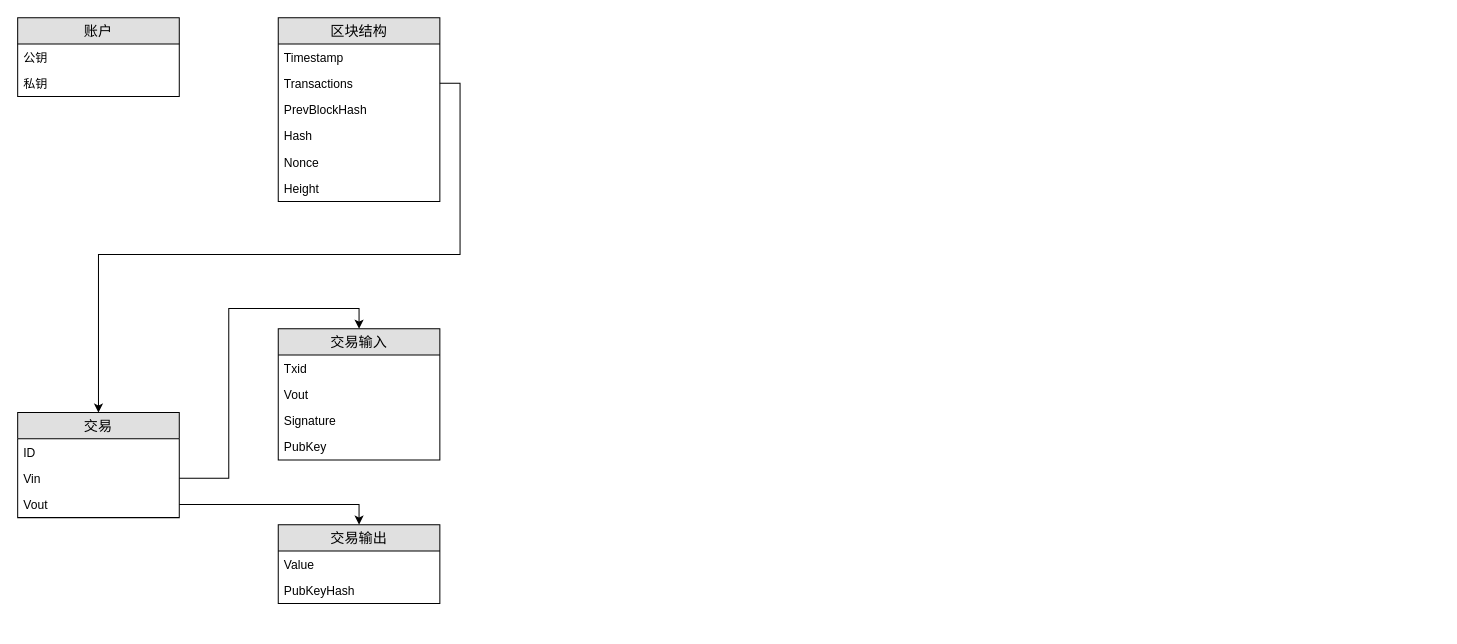
This is 区块设计.drawio from yiuked/diagram, a draw.io file, before an edit. Source tidied: cells renumbered, new cells numbered last; positions are measured from the earlier drawing's top-left corner, leaving out a move shared by most shapes. Both pictures are drawn from the tidied source at 101%, with x=0, y=0 at pixel (17, 17).
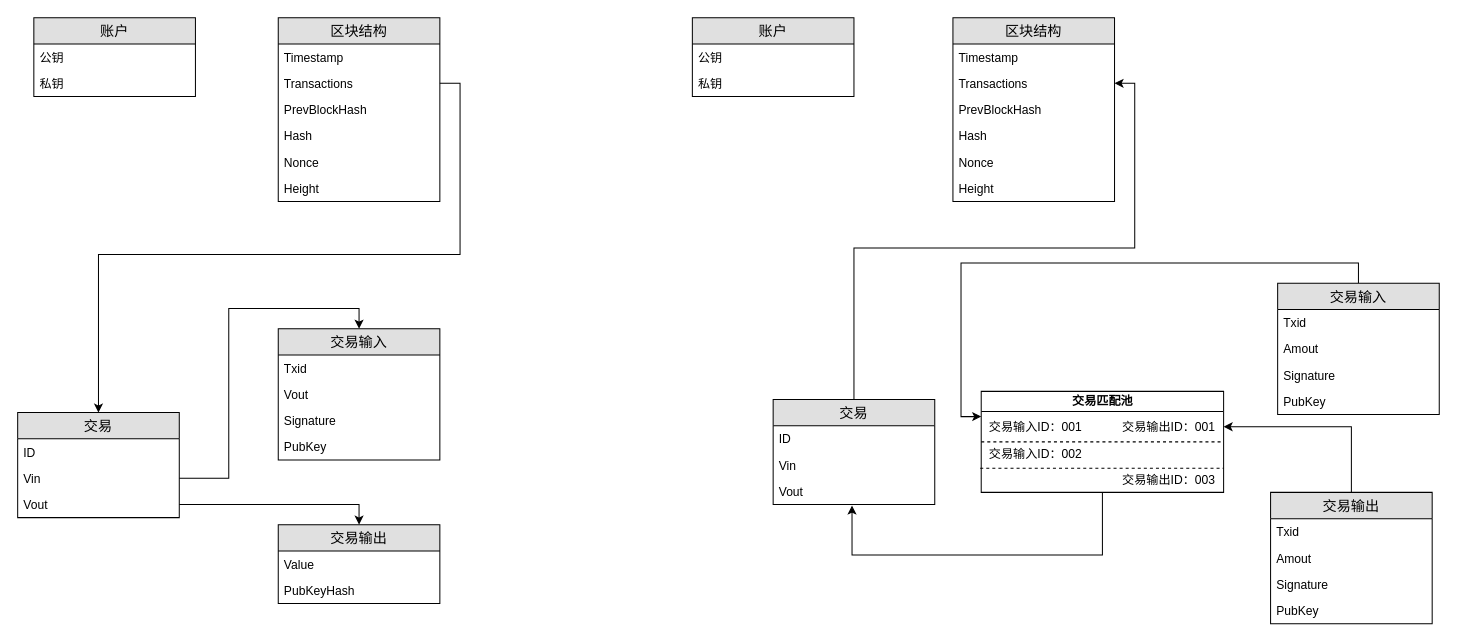
The same page after the edit.

Commit message:
更新区块设计.drawio

What changed in the source:
```diff
@@
     <mxCell id="9" value="账户" style="swimlane;fontStyle=0;horizontal=1;startSize=26;fillColor=#e0e0e0;swimlaneFillColor=#ffffff;align=center;fontSize=14;" parent="1" vertex="1">
-      <mxGeometry width="160" height="78" as="geometry" />
+      <mxGeometry x="16" width="160" height="78" as="geometry" />
     </mxCell>
@@
+    <mxCell id="27" value="区块结构" style="swimlane;fontStyle=0;horizontal=1;startSize=26;fillColor=#e0e0e0;swimlaneFillColor=#ffffff;align=center;fontSize=14;" parent="1" vertex="1">
+      <mxGeometry x="926" width="160" height="182" as="geometry" />
+    </mxCell>
+    <mxCell id="28" value="Timestamp" style="text;strokeColor=none;fillColor=none;spacingLeft=4;spacingRight=4;overflow=hidden;fontSize=12;" parent="27" vertex="1">
+      <mxGeometry y="26" width="160" height="26" as="geometry" />
+    </mxCell>
+    <mxCell id="29" value="Transactions" style="text;strokeColor=none;fillColor=none;spacingLeft=4;spacingRight=4;overflow=hidden;points=[[0,0.5],[1,0.5]];portConstraint=eastwest;fontSize=12;" parent="27" vertex="1">
+      <mxGeometry y="52" width="160" height="26" as="geometry" />
+    </mxCell>
+    <mxCell id="30" value="PrevBlockHash" style="text;strokeColor=none;fillColor=none;spacingLeft=4;spacingRight=4;overflow=hidden;fontSize=12;" parent="27" vertex="1">
+      <mxGeometry y="78" width="160" height="26" as="geometry" />
+    </mxCell>
+    <mxCell id="31" value="Hash" style="text;strokeColor=none;fillColor=none;spacingLeft=4;spacingRight=4;overflow=hidden;fontSize=12;" parent="27" vertex="1">
+      <mxGeometry y="104" width="160" height="26" as="geometry" />
+    </mxCell>
+    <mxCell id="32" value="Nonce" style="text;strokeColor=none;fillColor=none;spacingLeft=4;spacingRight=4;overflow=hidden;fontSize=12;" parent="27" vertex="1">
+      <mxGeometry y="130" width="160" height="26" as="geometry" />
+    </mxCell>
+    <mxCell id="33" value="Height" style="text;strokeColor=none;fillColor=none;spacingLeft=4;spacingRight=4;overflow=hidden;fontSize=12;" parent="27" vertex="1">
+      <mxGeometry y="156" width="160" height="26" as="geometry" />
+    </mxCell>
+    <mxCell id="34" value="账户" style="swimlane;fontStyle=0;horizontal=1;startSize=26;fillColor=#e0e0e0;swimlaneFillColor=#ffffff;align=center;fontSize=14;" parent="1" vertex="1">
+      <mxGeometry x="668" width="160" height="78" as="geometry" />
+    </mxCell>
+    <mxCell id="35" value="公钥" style="text;strokeColor=none;fillColor=none;spacingLeft=4;spacingRight=4;overflow=hidden;fontSize=12;" parent="34" vertex="1">
+      <mxGeometry y="26" width="160" height="26" as="geometry" />
+    </mxCell>
+    <mxCell id="36" value="私钥" style="text;strokeColor=none;fillColor=none;spacingLeft=4;spacingRight=4;overflow=hidden;fontSize=12;" parent="34" vertex="1">
+      <mxGeometry y="52" width="160" height="26" as="geometry" />
+    </mxCell>
+    <mxCell id="37" style="edgeStyle=orthogonalEdgeStyle;rounded=0;jettySize=auto;html=1;exitX=0.5;exitY=0;exitDx=0;exitDy=0;entryX=1;entryY=0.5;entryDx=0;entryDy=0;startArrow=none;startFill=0;" parent="1" edge="1" source="38" target="29">
+      <mxGeometry relative="1" as="geometry" />
+    </mxCell>
+    <mxCell id="38" value="交易" style="swimlane;fontStyle=0;horizontal=1;startSize=26;fillColor=#e0e0e0;swimlaneFillColor=#ffffff;align=center;fontSize=14;" parent="1" vertex="1">
+      <mxGeometry x="748" y="378" width="160" height="104" as="geometry" />
+    </mxCell>
+    <mxCell id="39" value="ID" style="text;strokeColor=none;fillColor=none;spacingLeft=4;spacingRight=4;overflow=hidden;fontSize=12;" parent="38" vertex="1">
+      <mxGeometry y="26" width="160" height="26" as="geometry" />
+    </mxCell>
+    <mxCell id="40" value="Vin" style="text;strokeColor=none;fillColor=none;spacingLeft=4;spacingRight=4;overflow=hidden;fontSize=12;" parent="38" vertex="1">
+      <mxGeometry y="52" width="160" height="26" as="geometry" />
+    </mxCell>
+    <mxCell id="41" value="Vout" style="text;strokeColor=none;fillColor=none;spacingLeft=4;spacingRight=4;overflow=hidden;points=[[0,0.5],[1,0.5]];portConstraint=eastwest;fontSize=12;" parent="38" vertex="1">
+      <mxGeometry y="78" width="160" height="26" as="geometry" />
+    </mxCell>
+    <mxCell id="42" style="edgeStyle=orthogonalEdgeStyle;rounded=0;jettySize=auto;html=1;exitX=0.5;exitY=0;exitDx=0;exitDy=0;entryX=0;entryY=0.25;entryDx=0;entryDy=0;startArrow=none;startFill=0;" parent="1" edge="1" source="43" target="55">
+      <mxGeometry relative="1" as="geometry" />
+    </mxCell>
+    <mxCell id="43" value="交易输入" style="swimlane;fontStyle=0;horizontal=1;startSize=26;fillColor=#e0e0e0;swimlaneFillColor=#ffffff;align=center;fontSize=14;" parent="1" vertex="1">
+      <mxGeometry x="1247.5" y="263" width="160" height="130" as="geometry" />
+    </mxCell>
+    <mxCell id="44" value="Txid" style="text;strokeColor=none;fillColor=none;spacingLeft=4;spacingRight=4;overflow=hidden;fontSize=12;" parent="43" vertex="1">
+      <mxGeometry y="26" width="160" height="26" as="geometry" />
+    </mxCell>
+    <mxCell id="45" value="Amout" style="text;strokeColor=none;fillColor=none;spacingLeft=4;spacingRight=4;overflow=hidden;fontSize=12;" parent="43" vertex="1">
+      <mxGeometry y="52" width="160" height="26" as="geometry" />
+    </mxCell>
+    <mxCell id="46" value="Signature" style="text;strokeColor=none;fillColor=none;spacingLeft=4;spacingRight=4;overflow=hidden;fontSize=12;" parent="43" vertex="1">
+      <mxGeometry y="78" width="160" height="26" as="geometry" />
+    </mxCell>
+    <mxCell id="47" value="PubKey" style="text;strokeColor=none;fillColor=none;spacingLeft=4;spacingRight=4;overflow=hidden;fontSize=12;" parent="43" vertex="1">
+      <mxGeometry y="104" width="160" height="26" as="geometry" />
+    </mxCell>
+    <mxCell id="48" style="edgeStyle=orthogonalEdgeStyle;rounded=0;jettySize=auto;html=1;exitX=0.5;exitY=0;exitDx=0;exitDy=0;entryX=1;entryY=0.643;entryDx=0;entryDy=0;entryPerimeter=0;startArrow=none;startFill=0;" parent="1" edge="1" source="49" target="57">
+      <mxGeometry relative="1" as="geometry" />
+    </mxCell>
+    <mxCell id="49" value="交易输出" style="swimlane;fontStyle=0;horizontal=1;startSize=26;fillColor=#e0e0e0;swimlaneFillColor=#ffffff;align=center;fontSize=14;" parent="1" vertex="1">
+      <mxGeometry x="1240.5" y="470" width="160" height="130" as="geometry" />
+    </mxCell>
+    <mxCell id="50" value="Txid" style="text;strokeColor=none;fillColor=none;spacingLeft=4;spacingRight=4;overflow=hidden;fontSize=12;" parent="49" vertex="1">
+      <mxGeometry y="26" width="160" height="26" as="geometry" />
+    </mxCell>
+    <mxCell id="51" value="Amout" style="text;strokeColor=none;fillColor=none;spacingLeft=4;spacingRight=4;overflow=hidden;fontSize=12;" parent="49" vertex="1">
+      <mxGeometry y="52" width="160" height="26" as="geometry" />
+    </mxCell>
+    <mxCell id="52" value="Signature" style="text;strokeColor=none;fillColor=none;spacingLeft=4;spacingRight=4;overflow=hidden;fontSize=12;" parent="49" vertex="1">
+      <mxGeometry y="78" width="160" height="26" as="geometry" />
+    </mxCell>
+    <mxCell id="53" value="PubKey" style="text;strokeColor=none;fillColor=none;spacingLeft=4;spacingRight=4;overflow=hidden;fontSize=12;" parent="49" vertex="1">
+      <mxGeometry y="104" width="160" height="26" as="geometry" />
+    </mxCell>
+    <mxCell id="54" style="edgeStyle=orthogonalEdgeStyle;rounded=0;jettySize=auto;html=1;exitX=0.5;exitY=1;exitDx=0;exitDy=0;entryX=0.488;entryY=1.038;entryDx=0;entryDy=0;entryPerimeter=0;startArrow=none;startFill=0;" parent="1" edge="1" source="55" target="41">
+      <mxGeometry relative="1" as="geometry">
+        <Array as="points">
+          <mxPoint x="1074" y="532" />
+          <mxPoint x="826" y="532" />
+        </Array>
+      </mxGeometry>
+    </mxCell>
+    <mxCell id="55" value="交易匹配池" style="swimlane;html=1;startSize=20;horizontal=1;containerType=tree;" parent="1" vertex="1">
+      <mxGeometry x="954" y="370" width="240" height="100" as="geometry" />
+    </mxCell>
+    <mxCell id="56" value="交易输入ID：001" style="text;html=1;align=left;verticalAlign=top;spacingTop=-4;" parent="55" vertex="1">
+      <mxGeometry x="6" y="26" width="102" height="14" as="geometry" />
+    </mxCell>
+    <mxCell id="57" value="交易输出ID：001" style="text;html=1;points=[];align=left;verticalAlign=top;spacingTop=-4;" parent="55" vertex="1">
+      <mxGeometry x="138" y="26" width="102" height="14" as="geometry" />
+    </mxCell>
+    <mxCell id="58" value="交易输入ID：002" style="text;html=1;align=left;verticalAlign=top;spacingTop=-4;" parent="55" vertex="1">
+      <mxGeometry x="6" y="52" width="102" height="14" as="geometry" />
+    </mxCell>
+    <mxCell id="59" value="交易输出ID：003" style="text;html=1;align=left;verticalAlign=top;spacingTop=-4;" parent="55" vertex="1">
+      <mxGeometry x="138" y="78" width="102" height="14" as="geometry" />
+    </mxCell>
+    <mxCell id="60" style="endArrow=none;dashed=1;html=1;" parent="55" edge="1">
+      <mxGeometry relative="1" as="geometry">
+        <mxPoint x="-1" y="76" as="sourcePoint" />
+        <mxPoint x="240" y="76" as="targetPoint" />
+      </mxGeometry>
+    </mxCell>
+    <mxCell id="61" style="endArrow=none;dashed=1;html=1;entryX=1;entryY=0.5;entryDx=0;entryDy=0;exitX=0;exitY=0.5;exitDx=0;exitDy=0;" parent="1" edge="1" source="55" target="55">
+      <mxGeometry relative="1" as="geometry" />
+    </mxCell>
```
